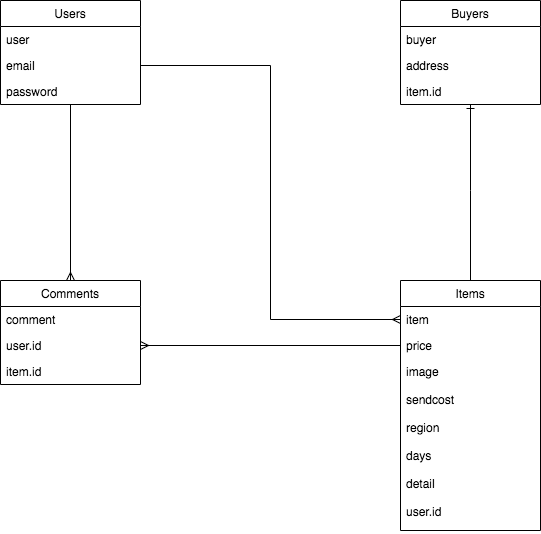
Before: app/ER.png, a diagram exported from draw.io (u-kaji/furima-36215). Source tidied: cells renumbered, new cells last; positions are measured from the earlier drawing's top-left corner, leaving out a move shared by most shapes.
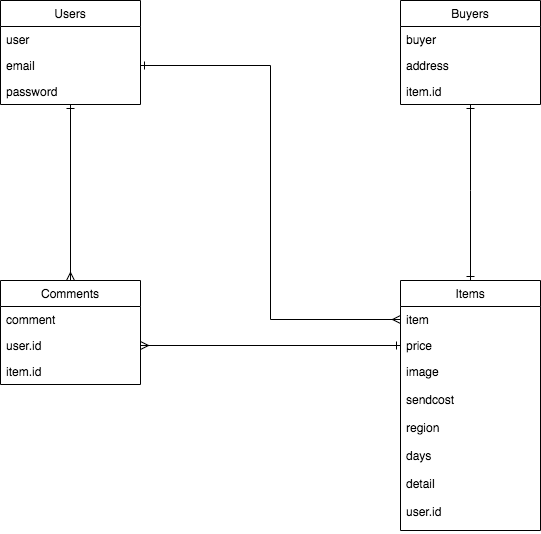
After the change.

What changed in the source:
```diff
@@ -2,7 +2,7 @@
   <root>
     <mxCell id="0" />
     <mxCell id="1" parent="0" />
-    <mxCell id="2" style="edgeStyle=orthogonalEdgeStyle;rounded=0;jettySize=auto;html=1;entryX=0.5;entryY=0;entryDx=0;entryDy=0;endArrow=ERmany;endFill=0;" parent="1" edge="1" source="3" target="7">
+    <mxCell id="2" style="edgeStyle=orthogonalEdgeStyle;rounded=0;jettySize=auto;html=1;entryX=0.5;entryY=0;entryDx=0;entryDy=0;endArrow=ERmany;endFill=0;startArrow=ERone;startFill=0;" parent="1" edge="1" source="3" target="7">
       <mxGeometry relative="1" as="geometry" />
     </mxCell>
     <mxCell id="3" value="Users" style="swimlane;fontStyle=0;horizontal=1;startSize=26;" parent="1" vertex="1">
@@ -41,7 +41,7 @@
     <mxCell id="14" value="item.id" style="text;strokeColor=none;fillColor=none;align=left;verticalAlign=top;spacingLeft=4;spacingRight=4;overflow=hidden;points=[[0,0.5],[1,0.5]];portConstraint=eastwest;" parent="11" vertex="1">
       <mxGeometry y="78" width="140" height="26" as="geometry" />
     </mxCell>
-    <mxCell id="15" style="edgeStyle=orthogonalEdgeStyle;rounded=0;jettySize=auto;html=1;endArrow=ERone;endFill=0;" parent="1" edge="1" source="16" target="14">
+    <mxCell id="15" style="edgeStyle=orthogonalEdgeStyle;rounded=0;jettySize=auto;html=1;endArrow=ERone;endFill=0;startArrow=ERone;startFill=0;" parent="1" edge="1" source="16" target="14">
       <mxGeometry relative="1" as="geometry">
         <Array as="points">
           <mxPoint x="470" y="190" />
@@ -61,10 +61,10 @@
     <mxCell id="19" value="image&#10;&#10;sendcost&#10;&#10;region&#10;&#10;days&#10;&#10;detail&#10;&#10;user.id" style="text;strokeColor=none;fillColor=none;align=left;verticalAlign=top;spacingLeft=4;spacingRight=4;overflow=hidden;" parent="16" vertex="1">
       <mxGeometry y="78" width="140" height="172" as="geometry" />
     </mxCell>
-    <mxCell id="20" style="edgeStyle=orthogonalEdgeStyle;rounded=0;jettySize=auto;html=1;exitX=0;exitY=0.5;exitDx=0;exitDy=0;entryX=1;entryY=0.5;entryDx=0;entryDy=0;endArrow=ERmany;endFill=0;" parent="1" edge="1" source="18" target="9">
+    <mxCell id="20" style="edgeStyle=orthogonalEdgeStyle;rounded=0;jettySize=auto;html=1;exitX=0;exitY=0.5;exitDx=0;exitDy=0;entryX=1;entryY=0.5;entryDx=0;entryDy=0;endArrow=ERmany;endFill=0;startArrow=ERone;startFill=0;" parent="1" edge="1" source="18" target="9">
       <mxGeometry relative="1" as="geometry" />
     </mxCell>
-    <mxCell id="21" style="edgeStyle=orthogonalEdgeStyle;rounded=0;jettySize=auto;html=1;entryX=0;entryY=0.5;entryDx=0;entryDy=0;endArrow=ERmany;endFill=0;" parent="1" edge="1" source="5" target="17">
+    <mxCell id="21" style="edgeStyle=orthogonalEdgeStyle;rounded=0;jettySize=auto;html=1;entryX=0;entryY=0.5;entryDx=0;entryDy=0;endArrow=ERmany;endFill=0;startArrow=ERone;startFill=0;" parent="1" edge="1" source="5" target="17">
       <mxGeometry relative="1" as="geometry" />
     </mxCell>
   </root>
```
